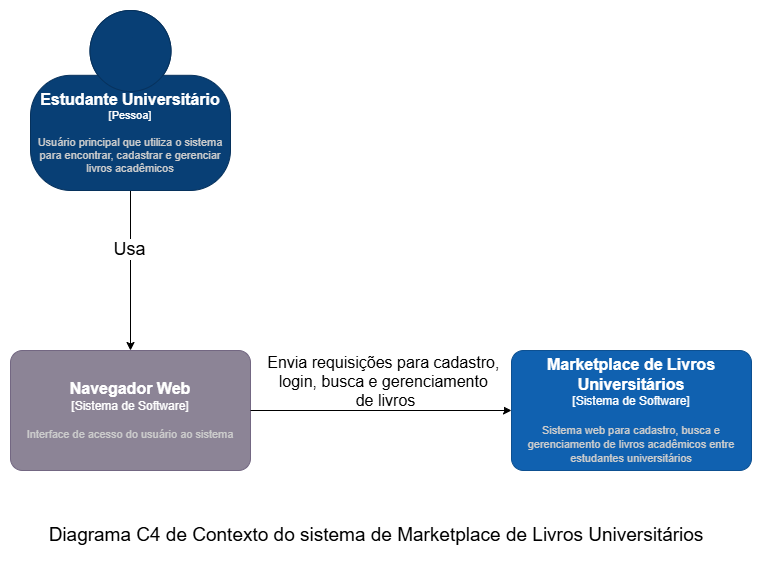
Above: images/C4/C4_Context.drawio.png in Matheus-F-Scatolin/MC656 (draw.io), before the change. Source tidied: cells renumbered, new cells last; positions are measured from the earlier drawing's top-left corner, leaving out a move shared by most shapes.
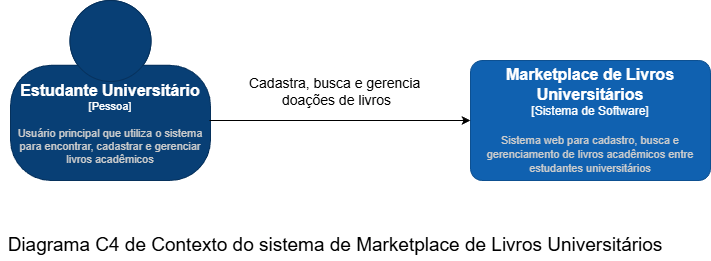
Above is the later version.

Commit message:
Atualizando os diagramas C4 de Contexto e Container.

Diff of the diagram source:
```diff
@@ -2,17 +2,9 @@
   <root>
     <mxCell id="0" />
     <mxCell id="1" parent="0" />
-    <mxCell id="2" style="rounded=0;jettySize=auto;html=1;exitX=0.5;exitY=1;exitDx=0;exitDy=0;exitPerimeter=0;fillColor=none;entryX=0.5;entryY=0;entryDx=0;entryDy=0;entryPerimeter=0;" parent="1" edge="1" source="4" target="6">
-      <mxGeometry relative="1" as="geometry" />
-    </mxCell>
-    <mxCell id="3" value="&lt;font style=&quot;font-size: 18px;&quot;&gt;Usa&lt;/font&gt;" style="edgeLabel;html=1;align=center;verticalAlign=middle;" parent="2" vertex="1">
-      <mxGeometry x="-0.2" relative="1" as="geometry">
-        <mxPoint x="-2" y="-5" as="offset" />
-      </mxGeometry>
-    </mxCell>
     <object id="4" label="&lt;font style=&quot;font-size: 16px&quot;&gt;&lt;b&gt;%c4Name%&lt;/b&gt;&lt;/font&gt;&lt;div&gt;[%c4Type%]&lt;/div&gt;&lt;br&gt;&lt;div&gt;&lt;font style=&quot;font-size: 11px&quot;&gt;&lt;font color=&quot;#cccccc&quot;&gt;%c4Description%&lt;/font&gt;&lt;/div&gt;" c4Description="Usuário principal que utiliza o sistema para encontrar, cadastrar e gerenciar livros acadêmicos" c4Name="Estudante Universitário" c4Type="Pessoa" placeholders="1">
       <mxCell style="html=1;fontSize=11;dashed=0;whiteSpace=wrap;fillColor=#083F75;strokeColor=#06315C;fontColor=#ffffff;shape=mxgraph.c4.person2;align=center;points=[[0.5,0,0],[1,0.5,0],[1,0.75,0],[0.75,1,0],[0.5,1,0],[0.25,1,0],[0,0.75,0],[0,0.5,0]];" parent="1" vertex="1">
-        <mxGeometry x="20" width="200" height="180" as="geometry" />
+        <mxGeometry x="41" y="280" width="200" height="180" as="geometry" />
       </mxCell>
     </object>
     <object id="5" label="&lt;font style=&quot;font-size: 16px&quot;&gt;&lt;b&gt;%c4Name%&lt;/b&gt;&lt;/font&gt;&lt;div&gt;[%c4Type%]&lt;/div&gt;&lt;br&gt;&lt;div&gt;&lt;font style=&quot;font-size: 11px&quot;&gt;&lt;font color=&quot;#cccccc&quot;&gt;%c4Description%&lt;/font&gt;&lt;/div&gt;" c4Description="Sistema web para cadastro, busca e gerenciamento de livros acadêmicos entre estudantes universitários" c4Name="Marketplace de Livros Universitários" c4Type="Sistema de Software" placeholders="1">
@@ -20,17 +12,14 @@
         <mxGeometry x="501" y="340" width="240" height="120" as="geometry" />
       </mxCell>
     </object>
-    <object id="6" label="&lt;font style=&quot;font-size: 16px&quot;&gt;&lt;b&gt;%c4Name%&lt;/b&gt;&lt;/font&gt;&lt;div&gt;[%c4Type%]&lt;/div&gt;&lt;br&gt;&lt;div&gt;&lt;font style=&quot;font-size: 11px&quot;&gt;&lt;font color=&quot;#cccccc&quot;&gt;%c4Description%&lt;/font&gt;&lt;/div&gt;" c4Description="Interface de acesso do usuário ao sistema" c4Name="Navegador Web" c4Type="Sistema de Software" placeholders="1">
-      <mxCell style="rounded=1;whiteSpace=wrap;html=1;labelBackgroundColor=none;fillColor=#8C8496;fontColor=#ffffff;align=center;arcSize=10;strokeColor=#736782;points=[[0.25,0,0],[0.5,0,0],[0.75,0,0],[1,0.25,0],[1,0.5,0],[1,0.75,0],[0.75,1,0],[0.5,1,0],[0.25,1,0],[0,0.75,0],[0,0.5,0],[0,0.25,0]];" parent="1" vertex="1">
-        <mxGeometry y="340" width="240" height="120" as="geometry" />
-      </mxCell>
-    </object>
-    <mxCell id="7" style="rounded=0;jettySize=auto;html=1;fillColor=none;entryX=0;entryY=0.5;entryDx=0;entryDy=0;entryPerimeter=0;exitX=1;exitY=0.5;exitDx=0;exitDy=0;exitPerimeter=0;" parent="1" edge="1" source="6" target="5">
-      <mxGeometry relative="1" as="geometry" />
+    <mxCell id="7" style="rounded=0;jettySize=auto;html=1;fillColor=none;entryX=0;entryY=0.5;entryDx=0;entryDy=0;entryPerimeter=0;exitX=1;exitY=0.5;exitDx=0;exitDy=0;exitPerimeter=0;" parent="1" edge="1" target="5">
+      <mxGeometry relative="1" as="geometry">
+        <mxPoint x="240" y="400" as="sourcePoint" />
+      </mxGeometry>
     </mxCell>
-    <mxCell id="8" value="&lt;div&gt;&lt;font style=&quot;font-size: 16px;&quot;&gt;Envia requisições para cadastro,&amp;nbsp;&lt;/font&gt;&lt;/div&gt;&lt;div&gt;&lt;font style=&quot;font-size: 16px;&quot;&gt;login,&amp;nbsp;&lt;/font&gt;&lt;span style=&quot;font-size: 16px; background-color: light-dark(#ffffff, var(--ge-dark-color, #121212)); color: light-dark(rgb(0, 0, 0), rgb(255, 255, 255));&quot;&gt;busca e gerenciamento&amp;nbsp;&lt;/span&gt;&lt;/div&gt;&lt;div&gt;&lt;span style=&quot;font-size: 16px; background-color: light-dark(#ffffff, var(--ge-dark-color, #121212)); color: light-dark(rgb(0, 0, 0), rgb(255, 255, 255));&quot;&gt;de livros&lt;/span&gt;&lt;/div&gt;" style="edgeLabel;html=1;align=center;verticalAlign=middle;" parent="7" vertex="1">
+    <mxCell id="8" value="Cadastra, busca e gerencia&amp;nbsp;&lt;div&gt;doações de livros&lt;/div&gt;" style="edgeLabel;html=1;align=center;verticalAlign=middle;fontSize=14;" parent="7" vertex="1">
       <mxGeometry x="-0.2" relative="1" as="geometry">
-        <mxPoint x="31" y="-30" as="offset" />
+        <mxPoint x="22" y="-30" as="offset" />
       </mxGeometry>
     </mxCell>
     <mxCell id="9" value="Diagrama C4 de Contexto do sistema de Marketplace de Livros Universitários" style="text;html=1;whiteSpace=wrap;strokeColor=none;fillColor=none;align=center;verticalAlign=middle;rounded=0;fontSize=19;" parent="1" vertex="1">
```
